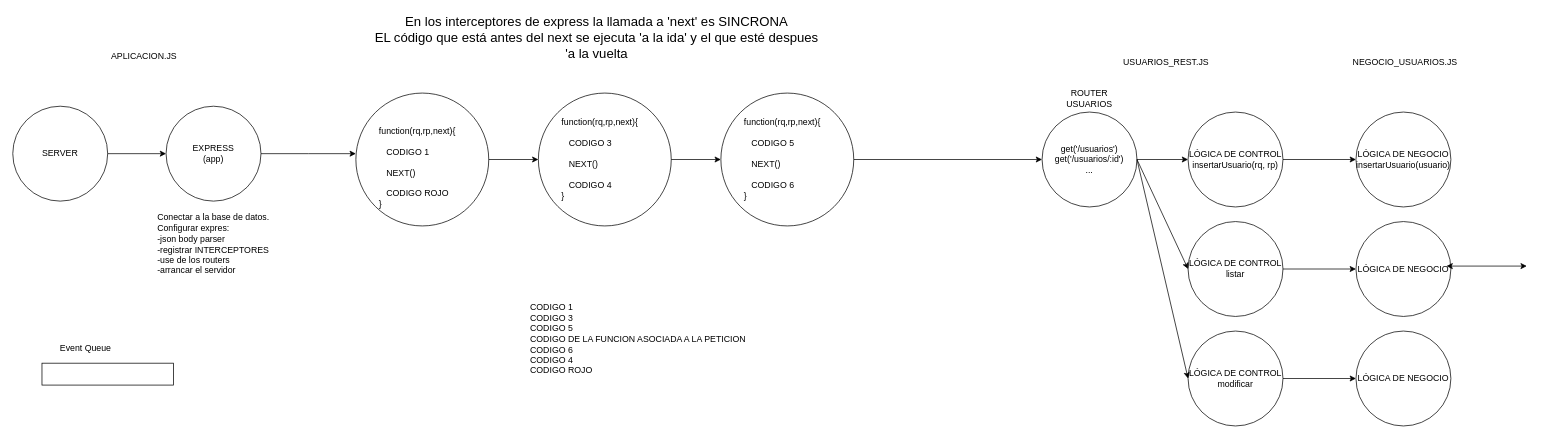
This is page "Página-39" (39 of 47) of diagramas.drawio from almoril00/MEAN, a draw.io file, before an edit. Source tidied: cells renumbered, new cells numbered last; positions are measured from the earlier drawing's top-left corner, leaving out a move shared by most shapes. Both pictures are drawn from the tidied source at 73%, with x=0, y=0 at pixel (12, 12).
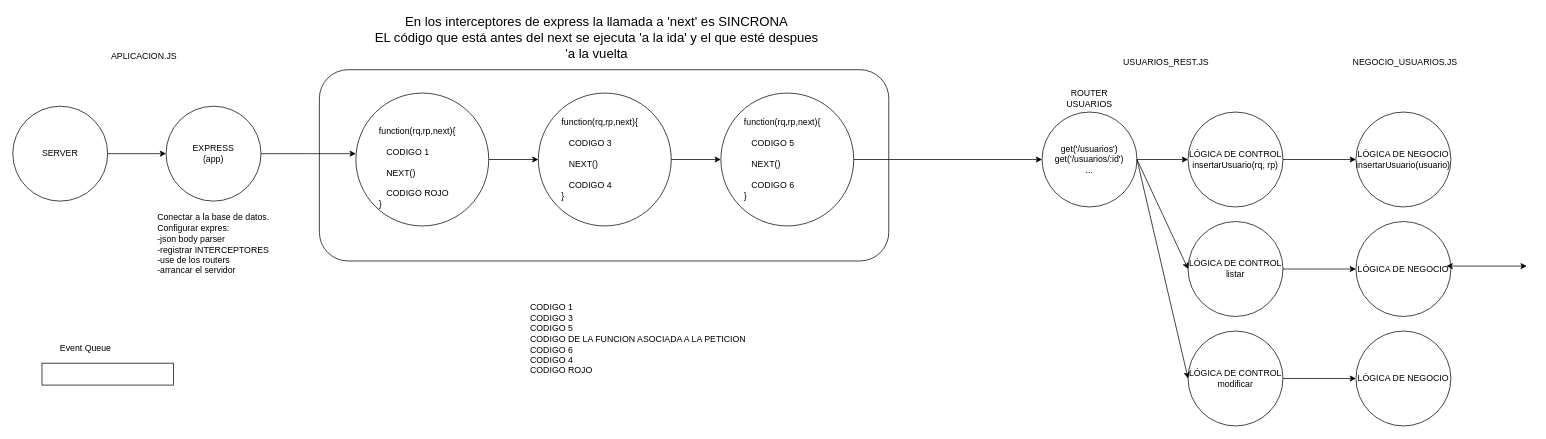
The same diagram, later.

What changed in the source:
```diff
@@
+    <mxCell id="38" style="rounded=1;whiteSpace=wrap;html=1;fillColor=none;" parent="1" vertex="1">
+      <mxGeometry x="420" y="78" width="780" height="262" as="geometry" />
+    </mxCell>
```
